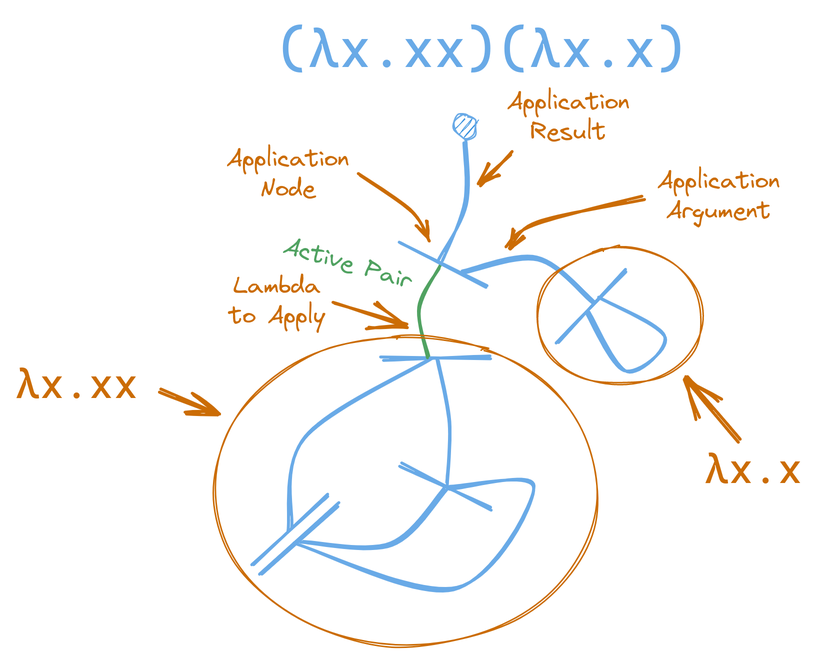
Before: content/interaction-nets-combinators-calculus/lambda-lam-x-xx-app-lam-x-x-annotated.excalidraw.png, a diagram exported from Excalidraw (zicklag/blog). Source tidied: one line per element, renumbered; positions are measured from the earlier drawing's top-left corner, leaving out a move shared by most shapes.
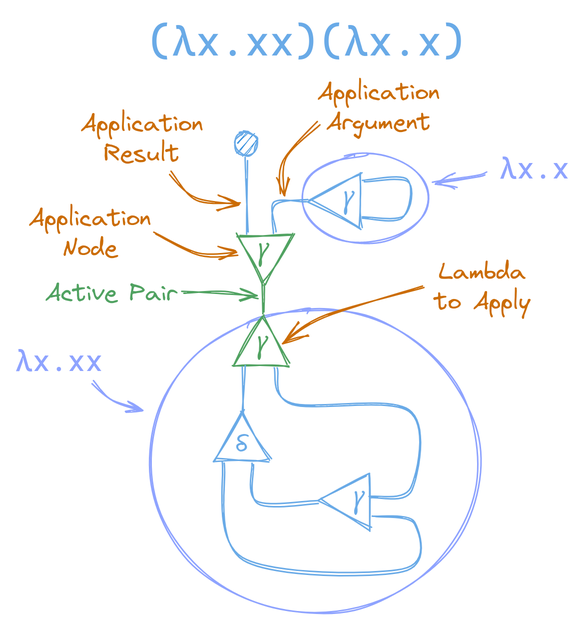
The same diagram one commit later.

What changed in the source:
```diff
@@ -1,31 +1,36 @@
-{"id": 0, "type": "line", "strokeColor": "#1864ab", "angle": 6.27, "strokeWidth": 2, "roughness": 1, "round": true, "x": 244, "y": 228, "width": 72, "height": 1, "points": [[0, 0], [72, 1]]}
-{"id": 1, "type": "line", "strokeColor": "#1864ab", "backgroundColor": "#228be6", "fillStyle": "cross-hatch", "strokeWidth": 2, "roughness": 1, "round": true, "x": 277, "y": 228, "width": 94, "height": 115, "points": [[0, 0], [-84, 53], [-94, 115]]}
-{"id": 2, "type": "line", "strokeColor": "#1864ab", "angle": 5.54, "strokeWidth": 2, "roughness": 1, "round": true, "x": 149, "y": 343, "width": 69, "height": 0, "points": [[0, 0], [69, 0]]}
-{"id": 3, "type": "line", "strokeColor": "#1864ab", "angle": 5.54, "strokeWidth": 2, "roughness": 1, "round": true, "x": 155, "y": 349, "width": 69, "height": 0, "points": [[0, 0], [69, 0]]}
-{"id": 4, "type": "line", "strokeColor": "#1864ab", "angle": 6.27, "strokeWidth": 2, "roughness": 1, "round": true, "x": 258, "y": 299, "width": 58, "height": 31, "points": [[0, 0], [58, 31]]}
-{"id": 5, "type": "line", "strokeColor": "#1864ab", "backgroundColor": "#228be6", "fillStyle": "cross-hatch", "strokeWidth": 2, "roughness": 1, "round": true, "x": 191, "y": 350, "width": 98, "height": 38, "points": [[0, 0], [60, 2], [98, -35]]}
-{"id": 6, "type": "line", "strokeColor": "#1864ab", "backgroundColor": "#228be6", "fillStyle": "cross-hatch", "strokeWidth": 2, "roughness": 1, "round": true, "x": 281, "y": 230, "width": 8, "height": 82, "points": [[0, 0], [8, 42], [6, 82]]}
-{"id": 7, "type": "line", "strokeColor": "#1864ab", "backgroundColor": "#228be6", "fillStyle": "cross-hatch", "strokeWidth": 2, "roughness": 1, "round": true, "x": 187, "y": 351, "width": 158, "height": 68, "points": [[0, 0], [106, 31], [158, -37], [103, -36]]}
-{"id": 8, "type": "line", "strokeColor": "#2b8a3e", "backgroundColor": "#228be6", "fillStyle": "cross-hatch", "strokeWidth": 2, "roughness": 1, "round": true, "x": 282, "y": 167, "width": 14, "height": 60, "points": [[0, 0], [-14, 28], [-6, 60]]}
-{"id": 9, "type": "ellipse", "strokeColor": "#1864ab", "backgroundColor": "#228be6", "fillStyle": "hachure", "strokeWidth": 1, "roughness": 1, "round": true, "x": 293, "y": 67, "width": 15, "height": 15}
-{"id": 10, "type": "line", "strokeColor": "#1864ab", "backgroundColor": "#228be6", "fillStyle": "cross-hatch", "strokeWidth": 2, "roughness": 1, "round": true, "x": 300, "y": 84, "width": 18, "height": 80, "points": [[0, 0], [1, 42], [-17, 80]]}
-{"id": 11, "type": "text", "text": "(λx.xx)(λx.x)", "strokeColor": "#1864ab", "strokeWidth": 1, "roughness": 1, "fontSize": 36, "fontFamily": 3, "textAlign": "center", "x": 174, "y": 0, "width": 274, "height": 43}
-{"id": 12, "type": "line", "strokeColor": "#1864ab", "angle": 6.27, "strokeWidth": 2, "roughness": 1, "round": true, "x": 256, "y": 151, "width": 58, "height": 31, "points": [[0, 0], [58, 31]]}
-{"id": 13, "type": "line", "strokeColor": "#1864ab", "angle": 5.46, "strokeWidth": 2, "roughness": 1, "round": true, "x": 352, "y": 194, "width": 66, "height": 0, "points": [[0, 0], [66, 0]]}
-{"id": 14, "type": "line", "strokeColor": "#1864ab", "angle": 5.37, "strokeWidth": 2, "roughness": 1, "round": true, "x": 361, "y": 222, "width": 39, "height": 83, "points": [[0, 0], [1, -49], [-38, -83]]}
-{"id": 15, "type": "line", "strokeColor": "#1864ab", "angle": 5.46, "strokeWidth": 2, "roughness": 1, "round": true, "x": 400, "y": 186, "width": 34, "height": 49, "points": [[0, 0], [-12, 45], [22, 47], [12, -2]]}
-{"id": 16, "type": "arrow", "strokeColor": "#e67700", "backgroundColor": "#228be6", "fillStyle": "cross-hatch", "strokeWidth": 2, "roughness": 1, "endArrowhead": "arrow", "round": true, "from": 17, "to": 29, "x": 483, "y": 284, "width": 37, "height": 42, "points": [[0, 0], [-37, -42]]}
+{"id": 16, "type": "arrow", "strokeColor": "#364fc7", "backgroundColor": "#228be6", "fillStyle": "cross-hatch", "strokeWidth": 1, "roughness": 1, "endArrowhead": "arrow", "round": true, "from": 17, "to": 29, "x": 854, "y": 182, "width": 35, "height": 7, "points": [[0, 0], [-7, 2], [-35, 7]]}
-{"id": 17, "type": "text", "text": "λx.x", "strokeColor": "#e67700", "backgroundColor": "#228be6", "fillStyle": "cross-hatch", "strokeWidth": 2, "roughness": 1, "fontSize": 28, "fontFamily": 3, "textAlign": "center", "x": 459, "y": 285, "width": 66, "height": 34}
+{"id": 17, "type": "text", "text": "λx.x", "strokeColor": "#364fc7", "backgroundColor": "#228be6", "fillStyle": "cross-hatch", "strokeWidth": 2, "roughness": 1, "fontSize": 20, "fontFamily": 3, "textAlign": "center", "x": 862, "y": 166, "width": 47, "height": 24}
-{"id": 18, "type": "arrow", "strokeColor": "#e67700", "backgroundColor": "#228be6", "fillStyle": "cross-hatch", "strokeWidth": 2, "roughness": 1, "endArrowhead": "arrow", "round": true, "from": 19, "to": 28, "x": 96, "y": 250, "width": 37, "height": 14, "points": [[0, 0], [37, 14]]}
+{"id": 18, "type": "arrow", "strokeColor": "#364fc7", "backgroundColor": "#228be6", "fillStyle": "cross-hatch", "strokeWidth": 1, "roughness": 1, "endArrowhead": "arrow", "round": true, "from": 19, "to": 28, "x": 591, "y": 321, "width": 32, "height": 17, "points": [[0, 0], [13, 11], [32, 17]]}
-{"id": 19, "type": "text", "text": "λx.xx", "strokeColor": "#e67700", "backgroundColor": "#228be6", "fillStyle": "cross-hatch", "strokeWidth": 2, "roughness": 1, "fontSize": 28, "fontFamily": 3, "textAlign": "center", "x": 0, "y": 228, "width": 82, "height": 34}
+{"id": 19, "type": "text", "text": "λx.xx", "strokeColor": "#364fc7", "backgroundColor": "#228be6", "fillStyle": "cross-hatch", "strokeWidth": 2, "roughness": 1, "fontSize": 20, "fontFamily": 3, "textAlign": "center", "x": 539, "y": 295, "width": 59, "height": 24}
-{"id": 20, "type": "text", "text": "Application\nNode", "strokeColor": "#e67700", "backgroundColor": "#228be6", "fillStyle": "cross-hatch", "strokeWidth": 2, "roughness": 1, "fontSize": 16, "fontFamily": 1, "textAlign": "center", "x": 141, "y": 85, "width": 82, "height": 40}
+{"id": 20, "type": "text", "text": "Application\nNode", "strokeColor": "#e67700", "backgroundColor": "#228be6", "fillStyle": "cross-hatch", "strokeWidth": 2, "roughness": 1, "fontSize": 16, "fontFamily": 1, "textAlign": "center", "x": 548, "y": 201, "width": 82, "height": 40}
-{"id": 21, "type": "arrow", "strokeColor": "#e67700", "backgroundColor": "#228be6", "fillStyle": "cross-hatch", "strokeWidth": 2, "roughness": 1, "endArrowhead": "arrow", "round": true, "from": 20, "x": 230, "y": 107, "width": 46, "height": 43, "points": [[0, 0], [35, 23], [46, 43]]}
+{"id": 21, "type": "arrow", "strokeColor": "#e67700", "backgroundColor": "#228be6", "fillStyle": "cross-hatch", "strokeWidth": 1, "roughness": 1, "endArrowhead": "arrow", "round": true, "from": 20, "to": 49, "x": 633, "y": 223, "width": 55, "height": 13, "points": [[0, 0], [30, 13], [55, 13]]}
-{"id": 22, "type": "text", "text": "Application\nResult", "strokeColor": "#e67700", "backgroundColor": "#228be6", "fillStyle": "cross-hatch", "strokeWidth": 2, "roughness": 1, "fontSize": 16, "fontFamily": 1, "textAlign": "center", "x": 328, "y": 47, "width": 82, "height": 40}
+{"id": 22, "type": "text", "text": "Application\nResult", "strokeColor": "#e67700", "backgroundColor": "#228be6", "fillStyle": "cross-hatch", "strokeWidth": 2, "roughness": 1, "fontSize": 16, "fontFamily": 1, "textAlign": "center", "x": 583, "y": 138, "width": 82, "height": 40}
-{"id": 23, "type": "arrow", "strokeColor": "#e67700", "backgroundColor": "#228be6", "fillStyle": "cross-hatch", "strokeWidth": 2, "roughness": 1, "endArrowhead": "arrow", "round": true, "from": 22, "x": 331, "y": 92, "width": 20, "height": 22, "points": [[0, 0], [-20, 22]]}
+{"id": 23, "type": "arrow", "strokeColor": "#e67700", "backgroundColor": "#228be6", "fillStyle": "cross-hatch", "strokeWidth": 1, "roughness": 1, "endArrowhead": "arrow", "round": true, "from": 22, "x": 642, "y": 181, "width": 47, "height": 21, "points": [[0, 0], [18, 18], [47, 21]]}
-{"id": 24, "type": "text", "text": "Lambda\nto Apply", "strokeColor": "#e67700", "backgroundColor": "#228be6", "fillStyle": "cross-hatch", "strokeWidth": 2, "roughness": 1, "fontSize": 16, "fontFamily": 1, "textAlign": "center", "x": 143, "y": 170, "width": 64, "height": 40}
+{"id": 24, "type": "text", "text": "Lambda\nto Apply", "strokeColor": "#e67700", "backgroundColor": "#228be6", "fillStyle": "cross-hatch", "strokeWidth": 2, "roughness": 1, "fontSize": 16, "fontFamily": 1, "textAlign": "center", "x": 819, "y": 237, "width": 64, "height": 40}
-{"id": 25, "type": "arrow", "strokeColor": "#e67700", "backgroundColor": "#228be6", "fillStyle": "cross-hatch", "strokeWidth": 2, "roughness": 1, "endArrowhead": "arrow", "round": true, "from": 28, "to": 28, "x": 212, "y": 191, "width": 49, "height": 15, "points": [[0, 0], [49, 15]]}
-{"id": 26, "type": "text", "text": "Application\nArgument", "strokeColor": "#e67700", "backgroundColor": "#228be6", "fillStyle": "cross-hatch", "strokeWidth": 2, "roughness": 1, "fontSize": 16, "fontFamily": 1, "textAlign": "center", "x": 428, "y": 100, "width": 82, "height": 40}
+{"id": 26, "type": "text", "text": "Application\nArgument", "strokeColor": "#e67700", "backgroundColor": "#228be6", "fillStyle": "cross-hatch", "strokeWidth": 2, "roughness": 1, "fontSize": 16, "fontFamily": 1, "textAlign": "center", "x": 741, "y": 117, "width": 82, "height": 40}
-{"id": 27, "type": "arrow", "strokeColor": "#e67700", "backgroundColor": "#228be6", "fillStyle": "cross-hatch", "strokeWidth": 2, "roughness": 1, "endArrowhead": "arrow", "round": true, "from": 26, "x": 419, "y": 122, "width": 90, "height": 33, "points": [[0, 0], [-72, 18], [-90, 33]]}
+{"id": 27, "type": "arrow", "strokeColor": "#e67700", "backgroundColor": "#228be6", "fillStyle": "cross-hatch", "strokeWidth": 1, "roughness": 1, "endArrowhead": "arrow", "round": true, "to": 29, "x": 742, "y": 148, "width": 24, "height": 48, "points": [[0, 0], [-23, 25], [-24, 48]]}
-{"id": 28, "type": "ellipse", "strokeColor": "#e67700", "strokeWidth": 1, "roughness": 1, "round": true, "x": 133, "y": 214, "width": 255, "height": 207}
+{"id": 28, "type": "ellipse", "strokeColor": "#364fc7", "strokeWidth": 1, "roughness": 1, "round": true, "x": 630, "y": 273, "width": 219, "height": 203}
-{"id": 29, "type": "ellipse", "strokeColor": "#e67700", "strokeWidth": 1, "roughness": 1, "round": true, "x": 348, "y": 156, "width": 111, "height": 91}
+{"id": 29, "type": "ellipse", "strokeColor": "#364fc7", "strokeWidth": 1, "roughness": 1, "round": true, "x": 731, "y": 169, "width": 84, "height": 59}
-{"id": 30, "type": "text", "text": "Active Pair", "strokeColor": "#2b8a3e", "angle": 0.28, "strokeWidth": 1, "roughness": 1, "fontSize": 16, "fontFamily": 1, "textAlign": "center", "x": 178, "y": 155, "width": 88, "height": 20}
+{"id": 30, "type": "text", "text": "Active Pair", "strokeColor": "#2b8a3e", "strokeWidth": 1, "roughness": 1, "fontSize": 16, "fontFamily": 1, "textAlign": "center", "x": 559, "y": 251, "width": 88, "height": 20}
+{"id": 11, "type": "text", "text": "(λx.xx)(λx.x)", "strokeColor": "#1864ab", "strokeWidth": 1, "roughness": 1, "fontSize": 28, "fontFamily": 3, "textAlign": "center", "x": 627, "y": 77, "width": 213, "height": 34}
+{"id": 31, "type": "ellipse", "strokeColor": "#1864ab", "backgroundColor": "#228be6", "fillStyle": "hachure", "strokeWidth": 1, "roughness": 1, "round": true, "x": 685, "y": 155, "width": 15, "height": 15}
+{"id": 32, "type": "line", "strokeColor": "#2b8a3e", "angle": 6.29, "strokeWidth": 1, "roughness": 1, "x": 704, "y": 276, "width": 37, "height": 33, "points": [[0, 0], [-19, 33], [17, 33], [0, 0]]}
+{"id": 33, "type": "text", "text": "γ", "strokeColor": "#2b8a3e", "backgroundColor": "#ced4da", "fillStyle": "solid", "strokeWidth": 1, "roughness": 1, "fontSize": 16, "fontFamily": 1, "textAlign": "center", "x": 701, "y": 283, "width": 7, "height": 20}
+{"id": 34, "type": "line", "strokeColor": "#1864ab", "angle": 4.71, "strokeWidth": 1, "roughness": 1, "x": 754, "y": 184, "width": 37, "height": 33, "points": [[0, 0], [-19, 33], [17, 33], [0, 0]]}
+{"id": 35, "type": "text", "text": "γ", "strokeColor": "#1864ab", "backgroundColor": "#ced4da", "fillStyle": "solid", "strokeWidth": 1, "roughness": 1, "fontSize": 16, "fontFamily": 1, "textAlign": "center", "x": 759, "y": 186, "width": 7, "height": 20}
+{"id": 36, "type": "arrow", "strokeColor": "#1864ab", "backgroundColor": "#ced4da", "fillStyle": "solid", "strokeWidth": 1, "roughness": 1, "round": true, "from": 31, "to": 49, "x": 694, "y": 172, "width": 1, "height": 49, "points": [[0, 0], [1, 49]]}
+{"id": 37, "type": "arrow", "strokeColor": "#1864ab", "backgroundColor": "#ced4da", "fillStyle": "solid", "strokeWidth": 1, "roughness": 1, "round": true, "from": 49, "x": 712, "y": 222, "width": 23, "height": 23, "points": [[0, 0], [1, -20], [23, -23]]}
+{"id": 38, "type": "arrow", "strokeColor": "#2b8a3e", "backgroundColor": "#ced4da", "fillStyle": "solid", "strokeWidth": 1, "roughness": 1, "round": true, "from": 49, "to": 33, "x": 706, "y": 256, "width": 1, "height": 19, "points": [[0, 0], [-1, 19]]}
+{"id": 39, "type": "line", "strokeColor": "#1864ab", "angle": 6.29, "strokeWidth": 1, "roughness": 1, "x": 691, "y": 340, "width": 37, "height": 33, "points": [[0, 0], [-19, 33], [17, 33], [0, 0]]}
+{"id": 40, "type": "text", "text": "δ", "strokeColor": "#1864ab", "backgroundColor": "#ced4da", "fillStyle": "solid", "strokeWidth": 1, "roughness": 1, "fontSize": 16, "fontFamily": 1, "textAlign": "center", "x": 686, "y": 352, "width": 9, "height": 20}
+{"id": 41, "type": "arrow", "strokeColor": "#1864ab", "backgroundColor": "#ced4da", "fillStyle": "solid", "strokeWidth": 1, "roughness": 1, "round": true, "from": 33, "to": 40, "x": 691, "y": 311, "width": 0, "height": 30, "points": [[0, 0], [0, 30]]}
+{"id": 42, "type": "line", "strokeColor": "#1864ab", "angle": 4.71, "strokeWidth": 1, "roughness": 1, "x": 761, "y": 384, "width": 37, "height": 33, "points": [[0, 0], [-19, 33], [17, 33], [0, 0]]}
+{"id": 43, "type": "text", "text": "γ", "strokeColor": "#1864ab", "backgroundColor": "#ced4da", "fillStyle": "solid", "strokeWidth": 1, "roughness": 1, "fontSize": 16, "fontFamily": 1, "textAlign": "center", "x": 766, "y": 386, "width": 7, "height": 20}
+{"id": 44, "type": "arrow", "strokeColor": "#1864ab", "backgroundColor": "#ced4da", "fillStyle": "solid", "strokeWidth": 1, "roughness": 1, "round": true, "from": 40, "x": 697, "y": 376, "width": 44, "height": 26, "points": [[0, 0], [4, 26], [44, 25]]}
+{"id": 45, "type": "arrow", "strokeColor": "#1864ab", "backgroundColor": "#ced4da", "fillStyle": "solid", "strokeWidth": 1, "roughness": 1, "round": true, "from": 40, "to": 43, "x": 679, "y": 375, "width": 128, "height": 71, "points": [[0, 0], [13, 64], [118, 71], [128, 39], [99, 36]]}
+{"id": 46, "type": "arrow", "strokeColor": "#1864ab", "backgroundColor": "#ced4da", "fillStyle": "solid", "strokeWidth": 1, "roughness": 1, "round": true, "from": 43, "to": 33, "x": 777, "y": 398, "width": 91, "height": 86, "points": [[0, 0], [27, -6], [24, -58], [-54, -62], [-65, -86]]}
+{"id": 47, "type": "arrow", "strokeColor": "#1864ab", "backgroundColor": "#ced4da", "fillStyle": "solid", "strokeWidth": 1, "roughness": 1, "round": true, "from": 35, "to": 35, "x": 772, "y": 188, "width": 30, "height": 25, "points": [[0, 0], [29, -1], [27, 23], [-1, 24]]}
+{"id": 48, "type": "line", "strokeColor": "#2b8a3e", "angle": 3.14, "strokeWidth": 1, "roughness": 1, "x": 707, "y": 222, "width": 37, "height": 33, "points": [[0, 0], [-19, 33], [17, 33], [0, 0]]}
+{"id": 49, "type": "text", "text": "γ", "strokeColor": "#2b8a3e", "backgroundColor": "#ced4da", "fillStyle": "solid", "strokeWidth": 1, "roughness": 1, "fontSize": 16, "fontFamily": 1, "textAlign": "center", "x": 702, "y": 221, "width": 7, "height": 20}
+{"id": 50, "type": "arrow", "strokeColor": "#2b8a3e", "backgroundColor": "#ced4da", "fillStyle": "solid", "strokeWidth": 1, "roughness": 1, "endArrowhead": "arrow", "round": true, "from": 30, "to": 28, "x": 652, "y": 263, "width": 50, "height": 4, "points": [[0, 0], [28, -2], [50, 2]]}
+{"id": 51, "type": "arrow", "strokeColor": "#e67700", "backgroundColor": "#228be6", "fillStyle": "cross-hatch", "strokeWidth": 1, "roughness": 1, "endArrowhead": "arrow", "round": true, "from": 24, "to": 33, "x": 811, "y": 258, "width": 91, "height": 35, "points": [[0, 0], [-64, 18], [-91, 35]]}
```
